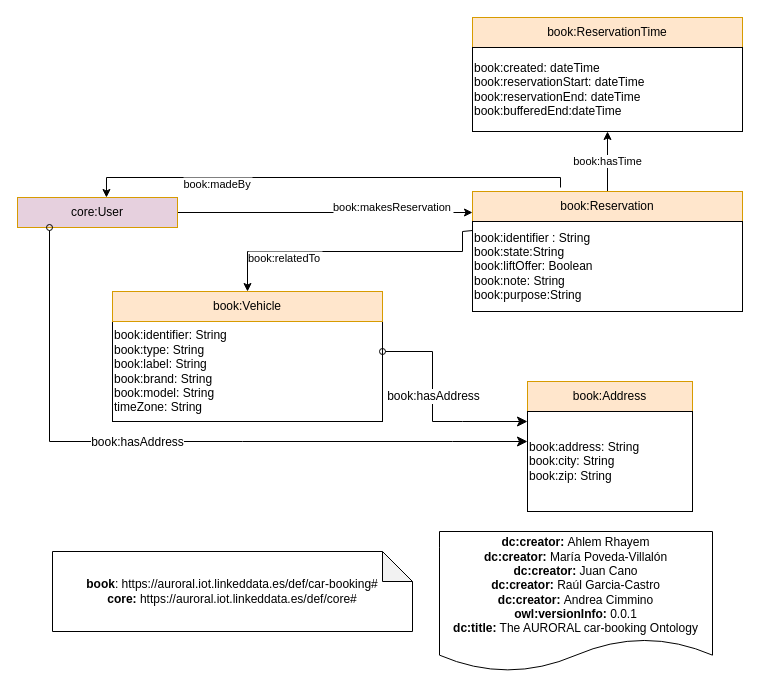
oeg-upm/auroral-Car-booking-ontology keeps this draw.io diagram as diagrams/reservation.drawio. Above is the earlier version. Source tidied: cells renumbered, new cells numbered last; positions are measured from the earlier drawing's top-left corner, leaving out a move shared by most shapes. Both pictures are drawn from the tidied source at 100%, with x=0, y=0 at pixel (17, 17).
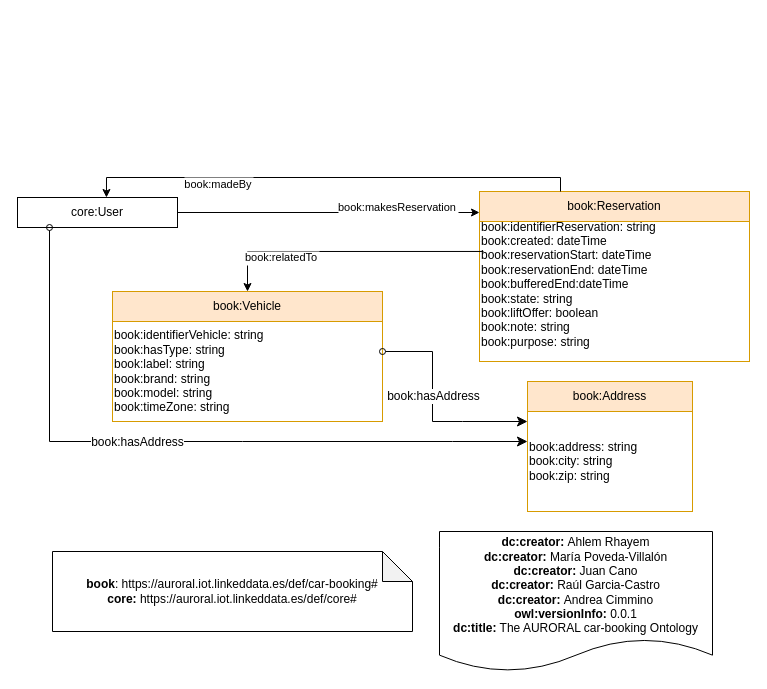
After the change.

Unchanged cells that the change refers to:
```xml
<mxCell id="5" value="book:Vehicle" style="rounded=0;whiteSpace=wrap;html=1;snapToPoint=1;points=[[0.1,0],[0.2,0],[0.3,0],[0.4,0],[0.5,0],[0.6,0],[0.7,0],[0.8,0],[0.9,0],[0,0.1],[0,0.3],[0,0.5],[0,0.7],[0,0.9],[0.1,1],[0.2,1],[0.3,1],[0.4,1],[0.5,1],[0.6,1],[0.7,1],[0.8,1],[0.9,1],[1,0.1],[1,0.3],[1,0.5],[1,0.7],[1,0.9]];fillColor=#ffe6cc;strokeColor=#d79b00;shadow=0;" parent="1" vertex="1">
  <mxGeometry x="95" y="274" width="270" height="30" as="geometry" />
</mxCell>
```

The edit, as a diff of the source:
```diff
@@
-    <mxCell id="4" value="book:identifier: String&lt;br&gt;book:type: String&lt;br&gt;book:label: String&lt;br&gt;book:brand: String&lt;br&gt;book:model: String&lt;br&gt;timeZone: String" style="rounded=0;whiteSpace=wrap;html=1;snapToPoint=1;points=[[0.1,0],[0.2,0],[0.3,0],[0.4,0],[0.5,0],[0.6,0],[0.7,0],[0.8,0],[0.9,0],[0,0.1],[0,0.3],[0,0.5],[0,0.7],[0,0.9],[0.1,1],[0.2,1],[0.3,1],[0.4,1],[0.5,1],[0.6,1],[0.7,1],[0.8,1],[0.9,1],[1,0.1],[1,0.3],[1,0.5],[1,0.7],[1,0.9]];align=left;" parent="1" vertex="1">
+    <mxCell id="4" value="book:identifierVehicle: string&lt;br&gt;book:hasType: string&lt;br&gt;book:label: string&lt;br&gt;book:brand: string&lt;br&gt;book:model: string&lt;br&gt;book:timeZone: string" style="rounded=0;whiteSpace=wrap;html=1;snapToPoint=1;points=[[0.1,0],[0.2,0],[0.3,0],[0.4,0],[0.5,0],[0.6,0],[0.7,0],[0.8,0],[0.9,0],[0,0.1],[0,0.3],[0,0.5],[0,0.7],[0,0.9],[0.1,1],[0.2,1],[0.3,1],[0.4,1],[0.5,1],[0.6,1],[0.7,1],[0.8,1],[0.9,1],[1,0.1],[1,0.3],[1,0.5],[1,0.7],[1,0.9]];align=left;strokeColor=#D79B00;" parent="1" vertex="1">
       <mxGeometry x="95" y="304" width="270" height="100" as="geometry" />
     </mxCell>
@@
-    <mxCell id="6" value="book:hasTime" style="edgeStyle=orthogonalEdgeStyle;rounded=0;jettySize=auto;html=1;" parent="1" edge="1" source="7" target="20">
-      <mxGeometry relative="1" as="geometry" />
-    </mxCell>
-    <mxCell id="7" value="book:Reservation" style="rounded=0;whiteSpace=wrap;html=1;snapToPoint=1;points=[[0.1,0],[0.2,0],[0.3,0],[0.4,0],[0.5,0],[0.6,0],[0.7,0],[0.8,0],[0.9,0],[0,0.1],[0,0.3],[0,0.5],[0,0.7],[0,0.9],[0.1,1],[0.2,1],[0.3,1],[0.4,1],[0.5,1],[0.6,1],[0.7,1],[0.8,1],[0.9,1],[1,0.1],[1,0.3],[1,0.5],[1,0.7],[1,0.9]];fillColor=#ffe6cc;strokeColor=#d79b00;shadow=0;" parent="1" vertex="1">
-      <mxGeometry x="455" y="174" width="270" height="30" as="geometry" />
+    <mxCell id="7" value="book:Reservation" style="rounded=0;whiteSpace=wrap;html=1;snapToPoint=1;points=[[0.1,0],[0.2,0],[0.3,0],[0.4,0],[0.5,0],[0.6,0],[0.7,0],[0.8,0],[0.9,0],[0,0.1],[0,0.3],[0,0.5],[0,0.7],[0,0.9],[0.1,1],[0.2,1],[0.3,1],[0.4,1],[0.5,1],[0.6,1],[0.7,1],[0.8,1],[0.9,1],[1,0.1],[1,0.3],[1,0.5],[1,0.7],[1,0.9]];fillColor=#ffe6cc;strokeColor=#D79B00;shadow=0;" parent="1" vertex="1">
+      <mxGeometry x="462" y="174" width="270" height="30" as="geometry" />
     </mxCell>
@@
-    <mxCell id="9" value="book:identifier : String&lt;br&gt;book:state:String&lt;br&gt;book:liftOffer: Boolean&lt;br&gt;book:note: String&lt;br&gt;book:purpose:String" style="rounded=0;whiteSpace=wrap;html=1;snapToPoint=1;points=[[0.1,0],[0.2,0],[0.3,0],[0.4,0],[0.5,0],[0.6,0],[0.7,0],[0.8,0],[0.9,0],[0,0.1],[0,0.3],[0,0.5],[0,0.7],[0,0.9],[0.1,1],[0.2,1],[0.3,1],[0.4,1],[0.5,1],[0.6,1],[0.7,1],[0.8,1],[0.9,1],[1,0.1],[1,0.3],[1,0.5],[1,0.7],[1,0.9]];align=left;" parent="1" vertex="1">
-      <mxGeometry x="455" y="204" width="270" height="90" as="geometry" />
+    <mxCell id="9" value="book:identifierReservation: string&lt;br&gt;book:created: dateTime&lt;br&gt;book:reservationStart: dateTime&lt;br&gt;book:reservationEnd: dateTime&lt;br&gt;book:bufferedEnd:dateTime&lt;br&gt;book:state: string&lt;br&gt;book:liftOffer: boolean&lt;br&gt;book:note: string&lt;br&gt;book:purpose: string&lt;br&gt;&amp;nbsp;" style="rounded=0;whiteSpace=wrap;html=1;snapToPoint=1;points=[[0.1,0],[0.2,0],[0.3,0],[0.4,0],[0.5,0],[0.6,0],[0.7,0],[0.8,0],[0.9,0],[0,0.1],[0,0.3],[0,0.5],[0,0.7],[0,0.9],[0.1,1],[0.2,1],[0.3,1],[0.4,1],[0.5,1],[0.6,1],[0.7,1],[0.8,1],[0.9,1],[1,0.1],[1,0.3],[1,0.5],[1,0.7],[1,0.9]];align=left;strokeColor=#D79B00;" parent="1" vertex="1">
+      <mxGeometry x="462" y="204" width="270" height="140" as="geometry" />
     </mxCell>
-    <mxCell id="10" value="core:User" style="rounded=0;whiteSpace=wrap;html=1;snapToPoint=1;points=[[0.1,0],[0.2,0],[0.3,0],[0.4,0],[0.5,0],[0.6,0],[0.7,0],[0.8,0],[0.9,0],[0,0.1],[0,0.3],[0,0.5],[0,0.7],[0,0.9],[0.1,1],[0.2,1],[0.3,1],[0.4,1],[0.5,1],[0.6,1],[0.7,1],[0.8,1],[0.9,1],[1,0.1],[1,0.3],[1,0.5],[1,0.7],[1,0.9]];fillColor=#E6D0DE;strokeColor=#d79b00;shadow=0;" parent="1" vertex="1">
+    <mxCell id="10" value="core:User" style="rounded=0;whiteSpace=wrap;html=1;snapToPoint=1;points=[[0.1,0],[0.2,0],[0.3,0],[0.4,0],[0.5,0],[0.6,0],[0.7,0],[0.8,0],[0.9,0],[0,0.1],[0,0.3],[0,0.5],[0,0.7],[0,0.9],[0.1,1],[0.2,1],[0.3,1],[0.4,1],[0.5,1],[0.6,1],[0.7,1],[0.8,1],[0.9,1],[1,0.1],[1,0.3],[1,0.5],[1,0.7],[1,0.9]];fillColor=#FFFFFF;strokeColor=#000000;shadow=0;" parent="1" vertex="1">
       <mxGeometry y="180" width="160" height="30" as="geometry" />
     </mxCell>
-    <mxCell id="11" value="book:relatedTo" style="edgeStyle=orthogonalEdgeStyle;rounded=0;jettySize=auto;endArrow=classic;endFill=1;" parent="1" edge="1" source="9" target="5">
+    <mxCell id="11" value="book:relatedTo" style="edgeStyle=orthogonalEdgeStyle;rounded=0;jettySize=auto;endArrow=classic;endFill=1;exitX=0.015;exitY=0.214;exitDx=0;exitDy=0;exitPerimeter=0;" parent="1" edge="1" source="9" target="5">
       <mxGeometry x="0.46" y="6" relative="1" as="geometry">
         <Array as="points">
-          <mxPoint x="445" y="214" />
-          <mxPoint x="445" y="234" />
           <mxPoint x="230" y="234" />
         </Array>
       </mxGeometry>
     </mxCell>
@@
-    <mxCell id="13" value="book:address: String&lt;br&gt;book:city: String&lt;br&gt;book:zip: String" style="rounded=0;whiteSpace=wrap;html=1;snapToPoint=1;points=[[0.1,0],[0.2,0],[0.3,0],[0.4,0],[0.5,0],[0.6,0],[0.7,0],[0.8,0],[0.9,0],[0,0.1],[0,0.3],[0,0.5],[0,0.7],[0,0.9],[0.1,1],[0.2,1],[0.3,1],[0.4,1],[0.5,1],[0.6,1],[0.7,1],[0.8,1],[0.9,1],[1,0.1],[1,0.3],[1,0.5],[1,0.7],[1,0.9]];align=left;" parent="1" vertex="1">
+    <mxCell id="13" value="book:address: string&lt;br&gt;book:city: string&lt;br&gt;book:zip: string" style="rounded=0;whiteSpace=wrap;html=1;snapToPoint=1;points=[[0.1,0],[0.2,0],[0.3,0],[0.4,0],[0.5,0],[0.6,0],[0.7,0],[0.8,0],[0.9,0],[0,0.1],[0,0.3],[0,0.5],[0,0.7],[0,0.9],[0.1,1],[0.2,1],[0.3,1],[0.4,1],[0.5,1],[0.6,1],[0.7,1],[0.8,1],[0.9,1],[1,0.1],[1,0.3],[1,0.5],[1,0.7],[1,0.9]];align=left;strokeColor=#D79B00;" parent="1" vertex="1">
       <mxGeometry x="510" y="394" width="165" height="100" as="geometry" />
     </mxCell>
@@
-    <mxCell id="18" value="book:madeBy" style="edgeStyle=orthogonalEdgeStyle;rounded=0;jettySize=auto;endArrow=classic;endFill=1;entryX=0.556;entryY=0;entryDx=0;entryDy=0;exitX=0.326;exitY=-0.133;exitDx=0;exitDy=0;exitPerimeter=0;entryPerimeter=0;" parent="1" edge="1" source="7" target="10">
+    <mxCell id="18" value="book:madeBy" style="edgeStyle=orthogonalEdgeStyle;rounded=0;jettySize=auto;endArrow=classic;endFill=1;entryX=0.556;entryY=0;entryDx=0;entryDy=0;entryPerimeter=0;" parent="1" edge="1" source="7" target="10">
       <mxGeometry x="0.46" y="6" relative="1" as="geometry">
         <Array as="points">
           <mxPoint x="543" y="160" />
           <mxPoint x="89" y="160" />
         </Array>
       </mxGeometry>
     </mxCell>
-    <mxCell id="19" value="book:ReservationTime" style="rounded=0;whiteSpace=wrap;html=1;fillColor=#ffe6cc;strokeColor=#d79b00;shadow=0;" parent="1" vertex="1">
-      <mxGeometry x="455" width="270" height="30" as="geometry" />
-    </mxCell>
-    <mxCell id="20" value="&lt;span&gt;book:created: dateTime&lt;/span&gt;&lt;br&gt;book:reservationStart: dateTime&lt;br&gt;book:reservationEnd: dateTime&lt;br&gt;book:bufferedEnd:dateTime&lt;span&gt;&lt;br&gt;&lt;/span&gt;" style="rounded=0;whiteSpace=wrap;html=1;snapToPoint=1;points=[[0.1,0],[0.2,0],[0.3,0],[0.4,0],[0.5,0],[0.6,0],[0.7,0],[0.8,0],[0.9,0],[0,0.1],[0,0.3],[0,0.5],[0,0.7],[0,0.9],[0.1,1],[0.2,1],[0.3,1],[0.4,1],[0.5,1],[0.6,1],[0.7,1],[0.8,1],[0.9,1],[1,0.1],[1,0.3],[1,0.5],[1,0.7],[1,0.9]];align=left;" parent="1" vertex="1">
-      <mxGeometry x="455" y="30" width="270" height="84" as="geometry" />
-    </mxCell>
```
